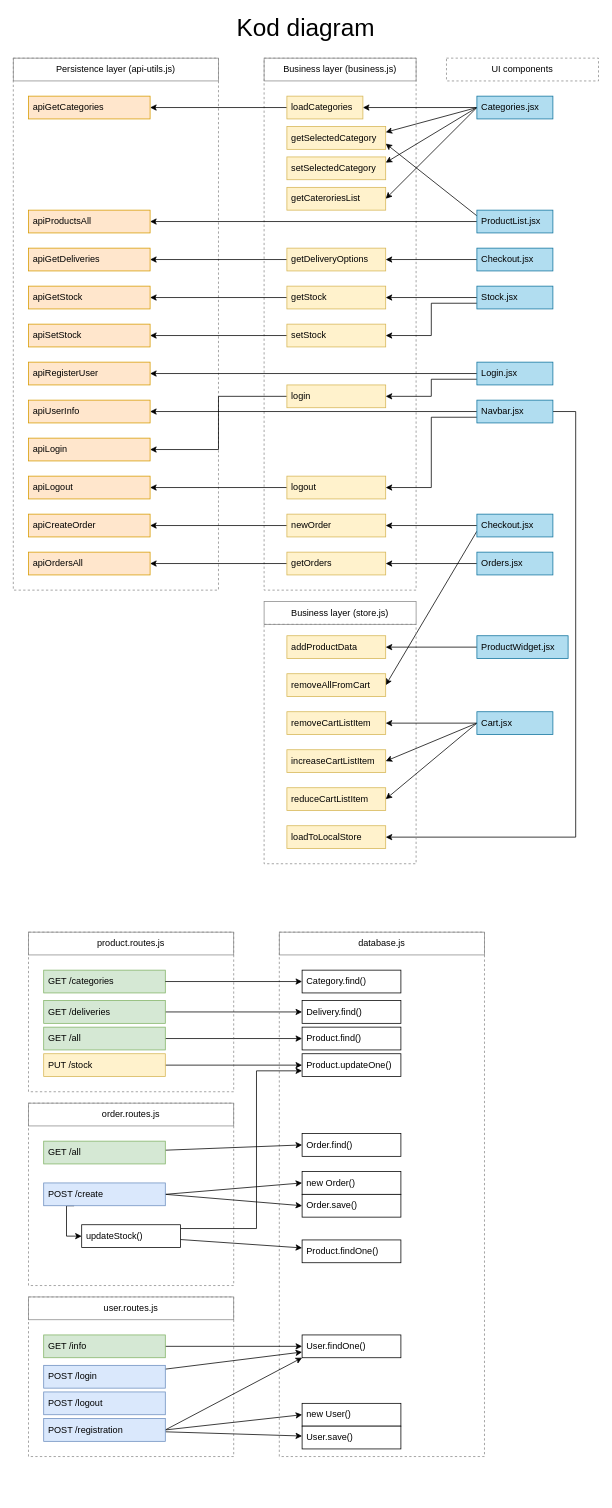
Above: Untitled Diagram.drawio in petelina17/webshop (draw.io), before the change. Source tidied: cells renumbered, new cells numbered last; positions are measured from the earlier drawing's top-left corner, leaving out a move shared by most shapes. Both pictures are drawn from the tidied source at 76%, with x=0, y=0 at pixel (13, 20).
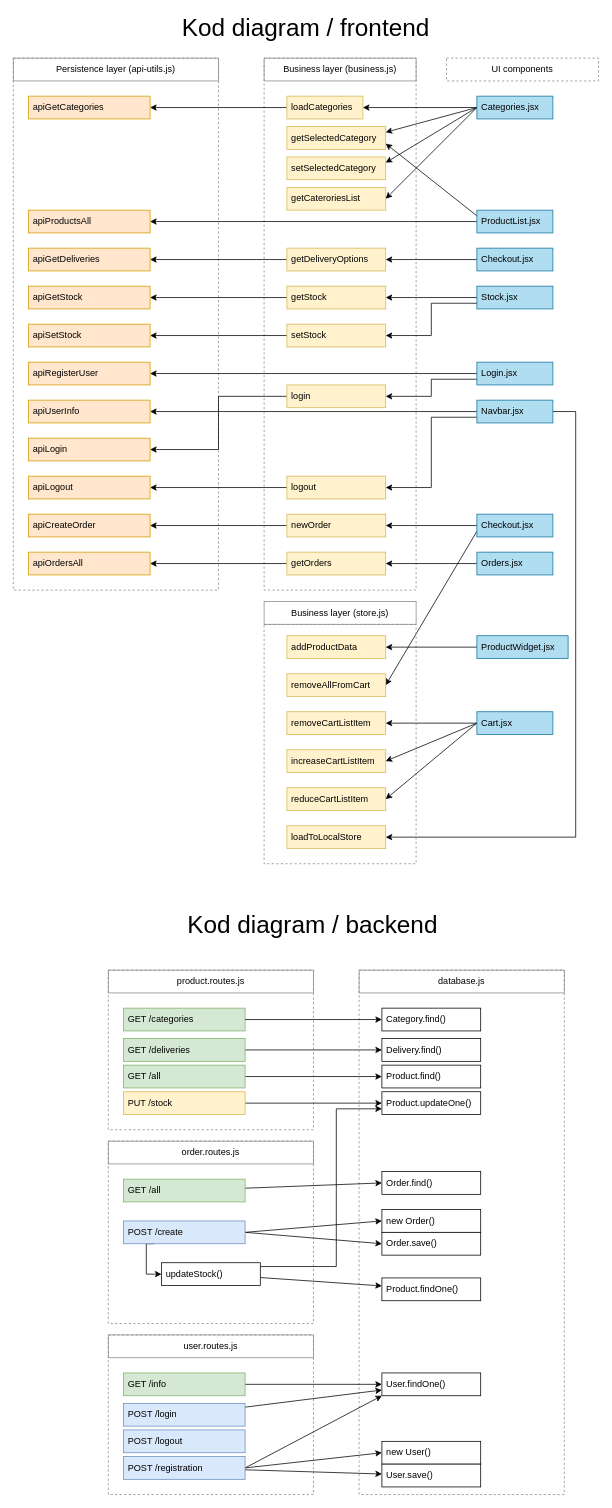
After the change.

The edit, as a diff of the source:
```diff
@@
-    <mxCell id="5" value="&lt;font style=&quot;font-size: 32px&quot;&gt;Kod diagram&lt;/font&gt;" style="text;html=1;strokeColor=none;fillColor=none;align=center;verticalAlign=middle;whiteSpace=wrap;rounded=0;" parent="1" vertex="1">
+    <mxCell id="5" value="&lt;font style=&quot;font-size: 32px&quot;&gt;Kod diagram / frontend&lt;/font&gt;" style="text;html=1;strokeColor=none;fillColor=none;align=center;verticalAlign=middle;whiteSpace=wrap;rounded=0;" parent="1" vertex="1">
       <mxGeometry x="180" width="410" height="20" as="geometry" />
     </mxCell>
@@
     <mxCell id="11" style="rounded=0;whiteSpace=wrap;html=1;dashed=1;strokeColor=#8A8A8A;fillColor=none;align=left;" parent="1" vertex="1">
-      <mxGeometry x="20" y="1200" width="270" height="210" as="geometry" />
+      <mxGeometry x="125" y="1250" width="270" height="210" as="geometry" />
     </mxCell>
     <mxCell id="12" value="GET /categories" style="rounded=0;whiteSpace=wrap;html=1;align=left;spacingLeft=4;spacingRight=4;fillColor=#d5e8d4;strokeColor=#82b366;" parent="1" vertex="1">
-      <mxGeometry x="40" y="1250" width="160" height="30" as="geometry" />
+      <mxGeometry x="145" y="1300" width="160" height="30" as="geometry" />
     </mxCell>
@@
     <mxCell id="14" value="GET /deliveries" style="rounded=0;whiteSpace=wrap;html=1;align=left;spacingLeft=4;spacingRight=4;fillColor=#d5e8d4;strokeColor=#82b366;" parent="1" vertex="1">
-      <mxGeometry x="40" y="1290" width="160" height="30" as="geometry" />
+      <mxGeometry x="145" y="1340" width="160" height="30" as="geometry" />
     </mxCell>
@@
     <mxCell id="16" value="GET /all" style="rounded=0;whiteSpace=wrap;html=1;align=left;spacingLeft=4;spacingRight=4;fillColor=#d5e8d4;strokeColor=#82b366;" parent="1" vertex="1">
-      <mxGeometry x="40" y="1325" width="160" height="30" as="geometry" />
+      <mxGeometry x="145" y="1375" width="160" height="30" as="geometry" />
     </mxCell>
     <mxCell id="17" value="product.routes.js" style="rounded=0;whiteSpace=wrap;html=1;strokeColor=#8A8A8A;fillColor=none;align=center;" parent="1" vertex="1">
-      <mxGeometry x="20" y="1200" width="270" height="30" as="geometry" />
+      <mxGeometry x="125" y="1250" width="270" height="30" as="geometry" />
     </mxCell>
     <mxCell id="18" style="rounded=0;whiteSpace=wrap;html=1;dashed=1;strokeColor=#8A8A8A;fillColor=none;align=left;" parent="1" vertex="1">
-      <mxGeometry x="350" y="1200" width="270" height="690" as="geometry" />
+      <mxGeometry x="455" y="1250" width="270" height="690" as="geometry" />
     </mxCell>
     <mxCell id="19" value="database.js" style="rounded=0;whiteSpace=wrap;html=1;strokeColor=#8A8A8A;fillColor=none;align=center;" parent="1" vertex="1">
-      <mxGeometry x="350" y="1200" width="270" height="30" as="geometry" />
+      <mxGeometry x="455" y="1250" width="270" height="30" as="geometry" />
     </mxCell>
     <mxCell id="20" value="Category.find()" style="rounded=0;whiteSpace=wrap;html=1;align=left;spacingLeft=4;spacingRight=4;" parent="1" vertex="1">
-      <mxGeometry x="380" y="1250" width="130" height="30" as="geometry" />
+      <mxGeometry x="485" y="1300" width="130" height="30" as="geometry" />
     </mxCell>
     <mxCell id="21" value="Delivery.find()" style="rounded=0;whiteSpace=wrap;html=1;align=left;spacingLeft=4;spacingRight=4;" parent="1" vertex="1">
-      <mxGeometry x="380" y="1290" width="130" height="30" as="geometry" />
+      <mxGeometry x="485" y="1340" width="130" height="30" as="geometry" />
     </mxCell>
     <mxCell id="22" value="Product.find()" style="rounded=0;whiteSpace=wrap;html=1;align=left;spacingLeft=4;spacingRight=4;" parent="1" vertex="1">
-      <mxGeometry x="380" y="1325" width="130" height="30" as="geometry" />
+      <mxGeometry x="485" y="1375" width="130" height="30" as="geometry" />
     </mxCell>
     <mxCell id="23" value="Product.updateOne()" style="rounded=0;whiteSpace=wrap;html=1;align=left;spacingLeft=4;spacingRight=4;" parent="1" vertex="1">
-      <mxGeometry x="380" y="1360" width="130" height="30" as="geometry" />
+      <mxGeometry x="485" y="1410" width="130" height="30" as="geometry" />
     </mxCell>
@@
     <mxCell id="92" value="PUT /stock" style="rounded=0;whiteSpace=wrap;html=1;align=left;spacingLeft=4;spacingRight=4;fillColor=#fff2cc;strokeColor=#d6b656;" parent="1" vertex="1">
-      <mxGeometry x="40" y="1360" width="160" height="30" as="geometry" />
+      <mxGeometry x="145" y="1410" width="160" height="30" as="geometry" />
     </mxCell>
     <mxCell id="93" style="rounded=0;whiteSpace=wrap;html=1;dashed=1;strokeColor=#8A8A8A;fillColor=none;align=left;" parent="1" vertex="1">
-      <mxGeometry x="20" y="1680" width="270" height="210" as="geometry" />
+      <mxGeometry x="125" y="1730" width="270" height="210" as="geometry" />
     </mxCell>
@@
     <mxCell id="95" value="GET /info" style="rounded=0;whiteSpace=wrap;html=1;align=left;spacingLeft=4;spacingRight=4;fillColor=#d5e8d4;strokeColor=#82b366;" parent="1" vertex="1">
-      <mxGeometry x="40" y="1730" width="160" height="30" as="geometry" />
+      <mxGeometry x="145" y="1780" width="160" height="30" as="geometry" />
     </mxCell>
@@
     <mxCell id="97" value="POST /login" style="rounded=0;whiteSpace=wrap;html=1;align=left;spacingLeft=4;spacingRight=4;fillColor=#dae8fc;strokeColor=#6c8ebf;" parent="1" vertex="1">
-      <mxGeometry x="40" y="1770" width="160" height="30" as="geometry" />
+      <mxGeometry x="145" y="1820" width="160" height="30" as="geometry" />
     </mxCell>
     <mxCell id="98" value="POST /logout" style="rounded=0;whiteSpace=wrap;html=1;align=left;spacingLeft=4;spacingRight=4;fillColor=#dae8fc;strokeColor=#6c8ebf;" parent="1" vertex="1">
-      <mxGeometry x="40" y="1805" width="160" height="30" as="geometry" />
+      <mxGeometry x="145" y="1855" width="160" height="30" as="geometry" />
     </mxCell>
     <mxCell id="99" value="user.routes.js" style="rounded=0;whiteSpace=wrap;html=1;strokeColor=#8A8A8A;fillColor=none;align=center;" parent="1" vertex="1">
-      <mxGeometry x="20" y="1680" width="270" height="30" as="geometry" />
+      <mxGeometry x="125" y="1730" width="270" height="30" as="geometry" />
     </mxCell>
@@
     <mxCell id="103" value="POST /registration" style="rounded=0;whiteSpace=wrap;html=1;align=left;spacingLeft=4;spacingRight=4;fillColor=#dae8fc;strokeColor=#6c8ebf;" parent="1" vertex="1">
-      <mxGeometry x="40" y="1840" width="160" height="30" as="geometry" />
+      <mxGeometry x="145" y="1890" width="160" height="30" as="geometry" />
     </mxCell>
     <mxCell id="104" value="User.findOne()" style="rounded=0;whiteSpace=wrap;html=1;align=left;spacingLeft=4;spacingRight=4;" parent="1" vertex="1">
-      <mxGeometry x="380" y="1730" width="130" height="30" as="geometry" />
+      <mxGeometry x="485" y="1780" width="130" height="30" as="geometry" />
     </mxCell>
     <mxCell id="105" value="new User()" style="rounded=0;whiteSpace=wrap;html=1;align=left;spacingLeft=4;spacingRight=4;" parent="1" vertex="1">
-      <mxGeometry x="380" y="1820" width="130" height="30" as="geometry" />
+      <mxGeometry x="485" y="1870" width="130" height="30" as="geometry" />
     </mxCell>
     <mxCell id="106" value="User.save()" style="rounded=0;whiteSpace=wrap;html=1;align=left;spacingLeft=4;spacingRight=4;" parent="1" vertex="1">
-      <mxGeometry x="380" y="1850" width="130" height="30" as="geometry" />
+      <mxGeometry x="485" y="1900" width="130" height="30" as="geometry" />
     </mxCell>
     <mxCell id="107" style="rounded=0;whiteSpace=wrap;html=1;dashed=1;strokeColor=#8A8A8A;fillColor=none;align=left;" parent="1" vertex="1">
-      <mxGeometry x="20" y="1425" width="270" height="240" as="geometry" />
+      <mxGeometry x="125" y="1475" width="270" height="240" as="geometry" />
     </mxCell>
@@
     <mxCell id="109" value="GET /all" style="rounded=0;whiteSpace=wrap;html=1;align=left;spacingLeft=4;spacingRight=4;fillColor=#d5e8d4;strokeColor=#82b366;" parent="1" vertex="1">
-      <mxGeometry x="40" y="1475" width="160" height="30" as="geometry" />
+      <mxGeometry x="145" y="1525" width="160" height="30" as="geometry" />
     </mxCell>
@@
     <mxCell id="112" style="edgeStyle=elbowEdgeStyle;rounded=0;jettySize=auto;html=1;exitX=0.25;exitY=1;exitDx=0;exitDy=0;entryX=0;entryY=0.5;entryDx=0;entryDy=0;" parent="1" edge="1" source="113" target="120">
       <mxGeometry relative="1" as="geometry">
         <Array as="points">
-          <mxPoint x="70" y="1555" />
-          <mxPoint x="50" y="1565" />
+          <mxPoint x="175" y="1605" />
+          <mxPoint x="155" y="1615" />
         </Array>
       </mxGeometry>
     </mxCell>
     <mxCell id="113" value="POST /create" style="rounded=0;whiteSpace=wrap;html=1;align=left;spacingLeft=4;spacingRight=4;fillColor=#dae8fc;strokeColor=#6c8ebf;" parent="1" vertex="1">
-      <mxGeometry x="40" y="1530" width="160" height="30" as="geometry" />
+      <mxGeometry x="145" y="1580" width="160" height="30" as="geometry" />
     </mxCell>
     <mxCell id="114" value="order.routes.js" style="rounded=0;whiteSpace=wrap;html=1;strokeColor=#8A8A8A;fillColor=none;align=center;" parent="1" vertex="1">
-      <mxGeometry x="20" y="1425" width="270" height="30" as="geometry" />
+      <mxGeometry x="125" y="1475" width="270" height="30" as="geometry" />
     </mxCell>
     <mxCell id="115" value="new Order()" style="rounded=0;whiteSpace=wrap;html=1;align=left;spacingLeft=4;spacingRight=4;" parent="1" vertex="1">
-      <mxGeometry x="380" y="1515" width="130" height="30" as="geometry" />
+      <mxGeometry x="485" y="1565" width="130" height="30" as="geometry" />
     </mxCell>
     <mxCell id="116" value="Order.save()" style="rounded=0;whiteSpace=wrap;html=1;align=left;spacingLeft=4;spacingRight=4;" parent="1" vertex="1">
-      <mxGeometry x="380" y="1545" width="130" height="30" as="geometry" />
+      <mxGeometry x="485" y="1595" width="130" height="30" as="geometry" />
     </mxCell>
     <mxCell id="117" value="Order.find()" style="rounded=0;whiteSpace=wrap;html=1;align=left;spacingLeft=4;spacingRight=4;" parent="1" vertex="1">
-      <mxGeometry x="380" y="1465" width="130" height="30" as="geometry" />
+      <mxGeometry x="485" y="1515" width="130" height="30" as="geometry" />
     </mxCell>
     <mxCell id="118" style="edgeStyle=elbowEdgeStyle;rounded=0;jettySize=auto;html=1;entryX=0;entryY=0.75;entryDx=0;entryDy=0;" parent="1" edge="1" source="120" target="23">
       <mxGeometry relative="1" as="geometry">
         <Array as="points">
-          <mxPoint x="320" y="1590" />
+          <mxPoint x="425" y="1640" />
         </Array>
       </mxGeometry>
     </mxCell>
@@
     <mxCell id="120" value="updateStock()" style="rounded=0;whiteSpace=wrap;html=1;align=left;spacingLeft=4;spacingRight=4;" parent="1" vertex="1">
-      <mxGeometry x="90" y="1585" width="130" height="30" as="geometry" />
+      <mxGeometry x="195" y="1635" width="130" height="30" as="geometry" />
     </mxCell>
     <mxCell id="121" value="Product.findOne()" style="rounded=0;whiteSpace=wrap;html=1;align=left;spacingLeft=4;spacingRight=4;" parent="1" vertex="1">
-      <mxGeometry x="380" y="1605" width="130" height="30" as="geometry" />
+      <mxGeometry x="485" y="1655" width="130" height="30" as="geometry" />
     </mxCell>
+    <mxCell id="122" value="&lt;font style=&quot;font-size: 32px&quot;&gt;Kod diagram / backend&lt;/font&gt;" style="text;html=1;strokeColor=none;fillColor=none;align=center;verticalAlign=middle;whiteSpace=wrap;rounded=0;" parent="1" vertex="1">
+      <mxGeometry x="189" y="1180" width="410" height="20" as="geometry" />
+    </mxCell>
```
